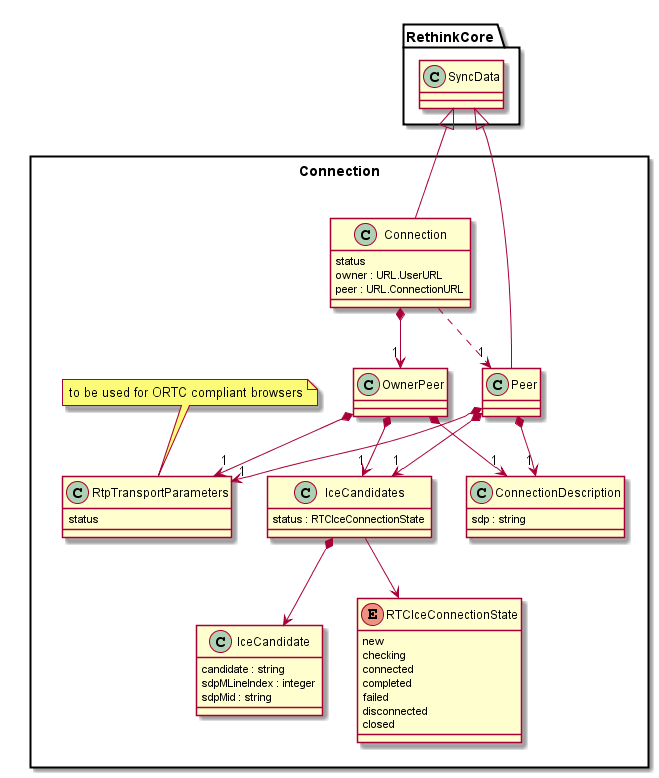
Earlier version of the PlantUML export docs/datamodel/data-objects/connection/Connection-Data-Object-Model.png (reTHINK-project/dev-service-framework).
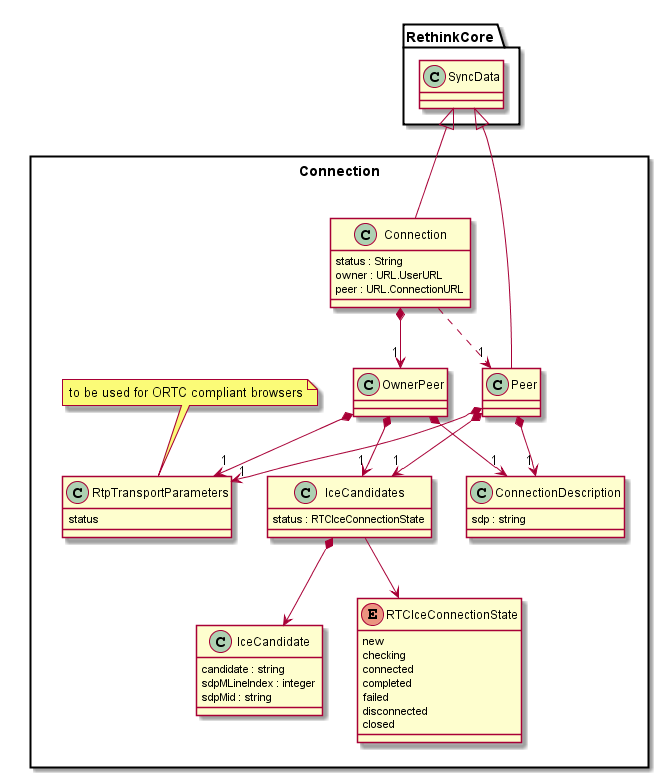
Above is the later version.

Change to the diagram source:
```diff
@@ -3,7 +3,7 @@
 package Connection <<Rect>> {
 
 	class Connection {
-		status
+		status : String
 		owner : URL.UserURL
 		peer : URL.ConnectionURL
 	}
```
